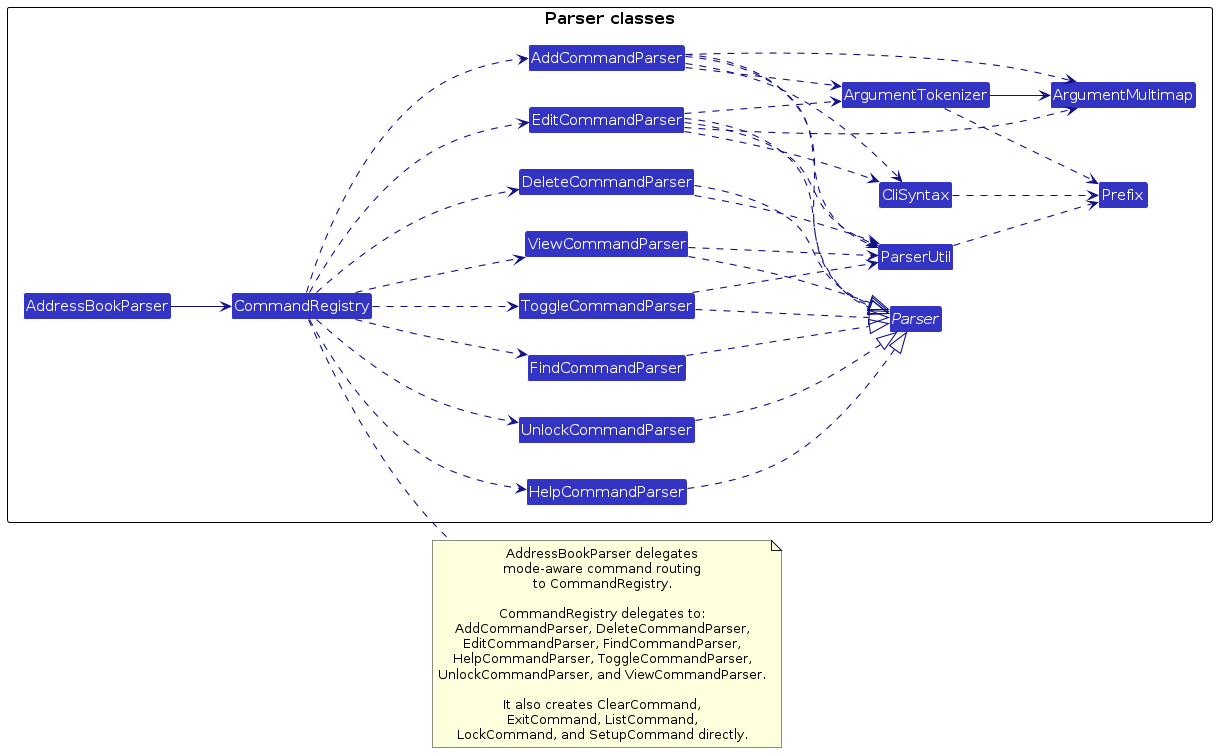
AY2526S2-CS2103T-T15-2/tp keeps this PlantUML diagram as diagrams/ParserClasses.png. Above is the earlier version. Its source is kept beside it as diagrams/ParserClasses.puml.
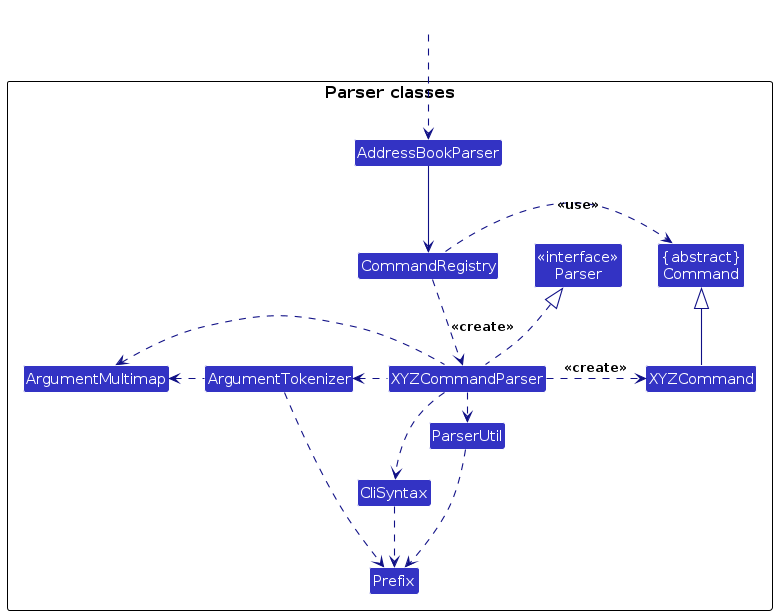
The same diagram one commit later.

Change to the diagram source:
```diff
@@ -3,79 +3,44 @@
 skinparam arrowThickness 1.1
 skinparam arrowColor LOGIC_COLOR_T4
 skinparam classBackgroundColor LOGIC_COLOR
-left to right direction
+skinparam classBackgroundColor<<ghost>> transparent
+skinparam classBorderColor<<ghost>> transparent
+skinparam classFontColor<<ghost>> transparent
+hide stereotype
 
 package "Parser classes" {
-    interface Parser
+    class "<<interface>>\nParser" as Parser
     class AddressBookParser
     class CommandRegistry
-    class AddCommandParser
-    class DeleteCommandParser
-    class EditCommandParser
-    class FindCommandParser
-    class HelpCommandParser
-    class ToggleCommandParser
-    class UnlockCommandParser
-    class ViewCommandParser
+    class XYZCommandParser
+    class "{abstract}\nCommand" as Command
+    class XYZCommand
+    class ArgumentMultimap
     class ArgumentTokenizer
-    class ArgumentMultimap
+    class CliSyntax
     class ParserUtil
-    class CliSyntax
     class Prefix
 }
 
-AddressBookParser --> CommandRegistry
+class IncomingArrow <<ghost>>
 
-AddCommandParser ..|> Parser
-DeleteCommandParser ..|> Parser
-EditCommandParser ..|> Parser
-FindCommandParser ..|> Parser
-HelpCommandParser ..|> Parser
-ToggleCommandParser ..|> Parser
-UnlockCommandParser ..|> Parser
-ViewCommandParser ..|> Parser
+IncomingArrow .down.> AddressBookParser
+AddressBookParser -down-> CommandRegistry
 
-CommandRegistry ..> AddCommandParser
-CommandRegistry ..> DeleteCommandParser
-CommandRegistry ..> EditCommandParser
-CommandRegistry ..> FindCommandParser
-CommandRegistry ..> HelpCommandParser
-CommandRegistry ..> ToggleCommandParser
-CommandRegistry ..> UnlockCommandParser
-CommandRegistry ..> ViewCommandParser
+XYZCommandParser .up.|> Parser
+CommandRegistry .down.> XYZCommandParser : <<create>>
+CommandRegistry .right.> Command : <<use>>
 
-AddCommandParser ..> ArgumentTokenizer
-AddCommandParser ..> ArgumentMultimap
-AddCommandParser ..> ParserUtil
-AddCommandParser ..> CliSyntax
+XYZCommandParser .left.> ArgumentMultimap
+XYZCommandParser .left.> ArgumentTokenizer
+XYZCommandParser .down.> CliSyntax
+XYZCommandParser .right.> ParserUtil
+XYZCommandParser .right.> XYZCommand : <<create>>
 
-EditCommandParser ..> ArgumentTokenizer
-EditCommandParser ..> ArgumentMultimap
-EditCommandParser ..> ParserUtil
-EditCommandParser ..> CliSyntax
+ArgumentTokenizer .left.> ArgumentMultimap
+ArgumentTokenizer .down.> Prefix
+CliSyntax .down.> Prefix
+ParserUtil .down.> Prefix
 
-DeleteCommandParser ..> ParserUtil
-ToggleCommandParser ..> ParserUtil
-ViewCommandParser ..> ParserUtil
-
-ArgumentTokenizer --> ArgumentMultimap
-ArgumentTokenizer ..> Prefix
-CliSyntax ..> Prefix
-ParserUtil ..> Prefix
-
-note right of CommandRegistry
-  AddressBookParser delegates
-  mode-aware command routing
-  to CommandRegistry.
-
-  CommandRegistry delegates to:
-  AddCommandParser, DeleteCommandParser,
-  EditCommandParser, FindCommandParser,
-  HelpCommandParser, ToggleCommandParser,
-  UnlockCommandParser, and ViewCommandParser.
-
-  It also creates ClearCommand,
-  ExitCommand, ListCommand,
-  LockCommand, and SetupCommand directly.
-end note
+XYZCommand -up-|> Command
 @enduml
```
